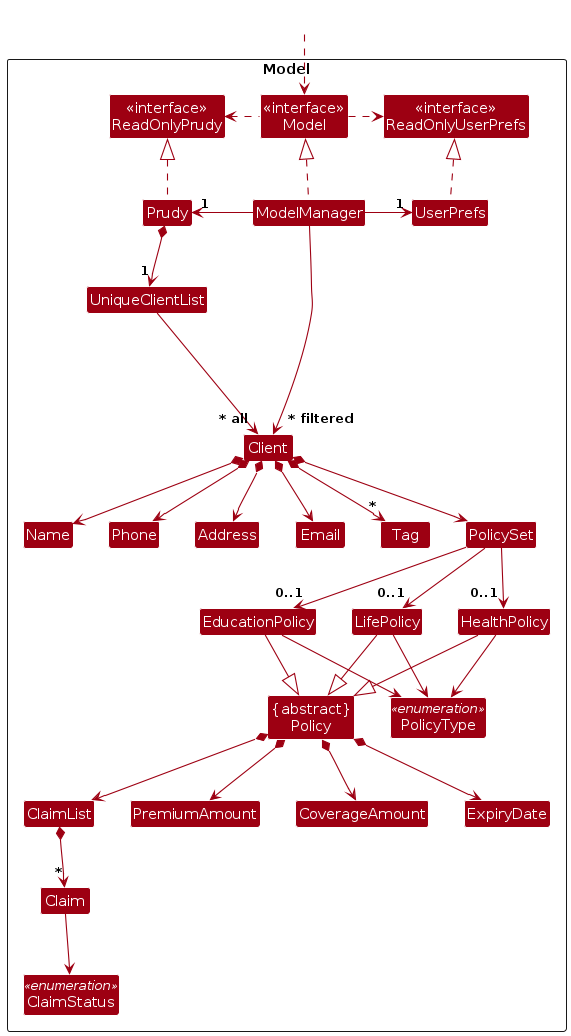
AY2425S1-CS2103T-T14-1/tp keeps this PlantUML diagram as diagrams/ModelClassDiagram.png. Above is the earlier version. Its source is kept beside it as diagrams/ModelClassDiagram.puml.
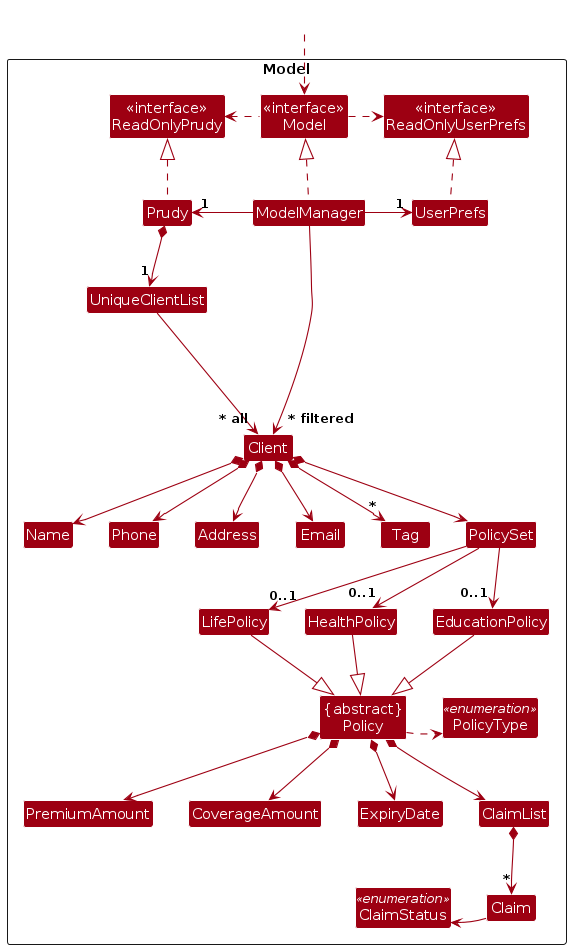
After the change.

Change to the diagram source:
```diff
@@ -26,7 +26,6 @@
 Class "{abstract}\nPolicy" as Policy
 Class ClaimList
 Class Claim
-
 
 Enum PolicyType <<enumeration>> {
     + LIFE
@@ -67,23 +66,33 @@
 Client *--> Address
 Client *--> "*" Tag
 Client *--> PolicySet
+
 PolicySet --> "0..1" LifePolicy
 PolicySet --> "0..1" HealthPolicy
 PolicySet --> "0..1" EducationPolicy
 LifePolicy --|> Policy
 HealthPolicy --|> Policy
 EducationPolicy --|> Policy
-Policy *--> ClaimList
+
+Policy ..> PolicyType
+
 Policy *--> PremiumAmount
 Policy *--> CoverageAmount
 Policy *--> ExpiryDate
+Policy *--> ClaimList
+
 ClaimList *--> "*" Claim
-
-LifePolicy --> PolicyType
-HealthPolicy --> PolicyType
-EducationPolicy --> PolicyType
+ClaimList -[hidden]left-> ExpiryDate
+CoverageAmount -[hidden]right-> ExpiryDate
+PremiumAmount -[hidden]right-> CoverageAmount
 
 Claim --> ClaimStatus
+ClaimStatus -[hidden]down-> ExpiryDate
+ClaimStatus -[hidden]right-> Claim
+
+
+Policy -[hidden]down-> ClaimList
+PolicyType -[hidden]left-> Policy
 
 Client -[hidden]up--> I
 UniqueClientList -[hidden]right-> I
```
